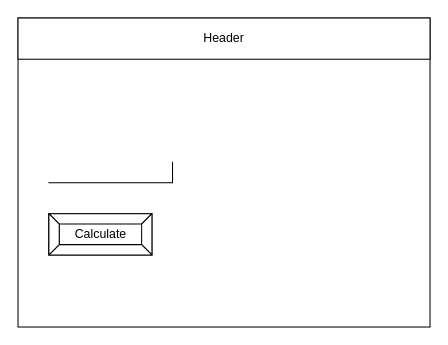
The draw.io diagram design/story-board.drawio in parsa-tahavori/ICS2O-UNIT5-7-, before the edit. Source tidied: cells renumbered, new cells numbered last; positions are measured from the earlier drawing's top-left corner, leaving out a move shared by most shapes. Both pictures are drawn from the tidied source at 103%, with x=0, y=0 at pixel (18, 18).
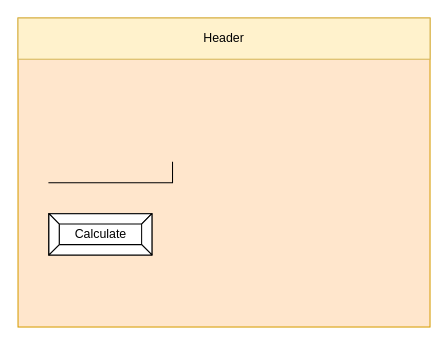
The same page after the edit.

Change to the diagram source:
```diff
@@
 <mxGraphModel>
   <root>
     <mxCell id="0" />
     <mxCell id="1" parent="0" />
-    <mxCell id="2" style="rounded=0;whiteSpace=wrap;html=1;" parent="1" vertex="1">
+    <mxCell id="2" style="rounded=0;whiteSpace=wrap;html=1;fillColor=#ffe6cc;strokeColor=#d79b00;" parent="1" vertex="1">
       <mxGeometry width="400" height="300" as="geometry" />
     </mxCell>
-    <mxCell id="3" value="Header" style="rounded=0;whiteSpace=wrap;html=1;" parent="1" vertex="1">
+    <mxCell id="3" value="Header" style="rounded=0;whiteSpace=wrap;html=1;fillColor=#fff2cc;strokeColor=#d6b656;" parent="1" vertex="1">
       <mxGeometry width="400" height="40" as="geometry" />
     </mxCell>
     <mxCell id="4" style="shape=partialRectangle;whiteSpace=wrap;html=1;top=0;left=0;fillColor=none;" parent="1" vertex="1">
       <mxGeometry x="30" y="140" width="120" height="20" as="geometry" />
     </mxCell>
     <mxCell id="5" value="Calculate" style="labelPosition=center;verticalLabelPosition=middle;align=center;html=1;shape=mxgraph.basic.button;dx=10;" parent="1" vertex="1">
       <mxGeometry x="30" y="190" width="100" height="40" as="geometry" />
     </mxCell>
   </root>
 </mxGraphModel>
```
